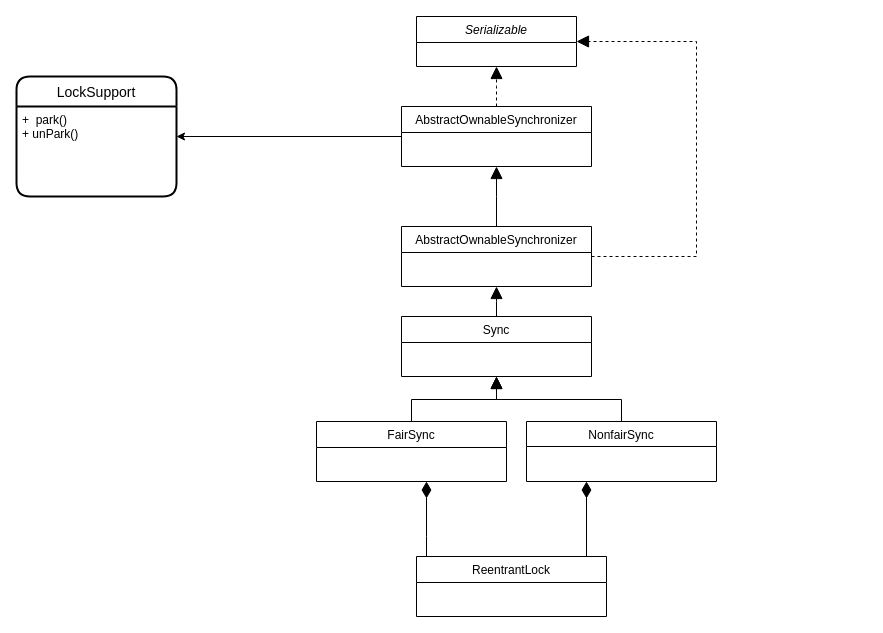
The draw.io diagram 工作项目/reentrantLock.drawio in springcloud-boot/draw.io, before the edit. Source tidied: cells renumbered, new cells numbered last; positions are measured from the earlier drawing's top-left corner, leaving out a move shared by most shapes. Both pictures are drawn from the tidied source at 100%, with x=0, y=0 at pixel (16, 16).
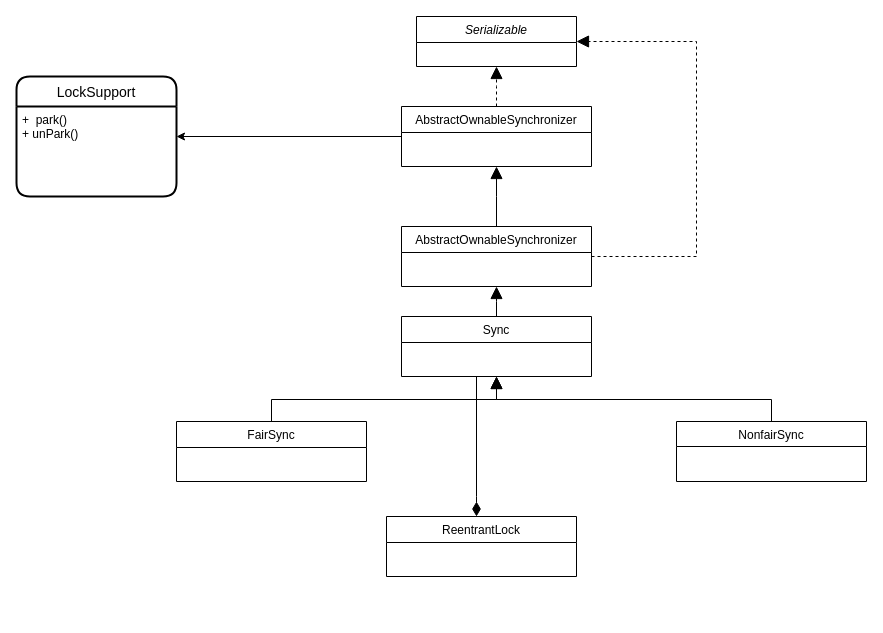
The same diagram, later.

Unchanged cells that the change refers to:
```xml
<mxCell id="9" value="Sync" style="swimlane;fontStyle=0;align=center;verticalAlign=top;horizontal=1;startSize=26;rounded=0;shadow=0;strokeWidth=1;" parent="1" vertex="1">
  <mxGeometry x="385" y="300" width="190" height="60" as="geometry" />
</mxCell>
```

What changed in the source:
```diff
@@
+    <mxCell id="20" style="edgeStyle=orthogonalEdgeStyle;rounded=0;jettySize=auto;html=1;endArrow=diamondThin;endFill=1;startSize=10;endSize=12;strokeWidth=1;" parent="1" edge="1" source="9" target="17">
+      <mxGeometry relative="1" as="geometry">
+        <Array as="points">
+          <mxPoint x="460" y="480" />
+          <mxPoint x="460" y="480" />
+        </Array>
+      </mxGeometry>
+    </mxCell>
@@
     <mxCell id="11" value="FairSync" style="swimlane;fontStyle=0;align=center;verticalAlign=top;horizontal=1;startSize=26;rounded=0;shadow=0;strokeWidth=1;" parent="1" vertex="1">
-      <mxGeometry x="300" y="405" width="190" height="60" as="geometry" />
+      <mxGeometry x="160" y="405" width="190" height="60" as="geometry" />
     </mxCell>
     <mxCell id="12" value="NonfairSync" style="swimlane;fontStyle=0;align=center;verticalAlign=top;horizontal=1;startSize=25;rounded=0;shadow=0;strokeWidth=1;" parent="1" vertex="1">
-      <mxGeometry x="510" y="405" width="190" height="60" as="geometry" />
+      <mxGeometry x="660" y="405" width="190" height="60" as="geometry" />
     </mxCell>
@@
-    <mxCell id="15" style="edgeStyle=orthogonalEdgeStyle;rounded=0;jettySize=auto;html=1;endArrow=diamondThin;endFill=1;endSize=14;" parent="1" edge="1" source="17" target="11">
-      <mxGeometry relative="1" as="geometry">
-        <Array as="points">
-          <mxPoint x="410" y="520" />
-          <mxPoint x="410" y="520" />
-        </Array>
-      </mxGeometry>
-    </mxCell>
-    <mxCell id="16" style="edgeStyle=orthogonalEdgeStyle;rounded=0;jettySize=auto;html=1;endArrow=diamondThin;endFill=1;strokeWidth=1;endSize=14;" parent="1" edge="1" source="17" target="12">
-      <mxGeometry relative="1" as="geometry">
-        <Array as="points">
-          <mxPoint x="570" y="480" />
-          <mxPoint x="570" y="480" />
-        </Array>
-      </mxGeometry>
-    </mxCell>
     <mxCell id="17" value="ReentrantLock" style="swimlane;fontStyle=0;align=center;verticalAlign=top;horizontal=1;startSize=26;rounded=0;shadow=0;strokeWidth=1;" parent="1" vertex="1">
-      <mxGeometry x="400" y="540" width="190" height="60" as="geometry" />
+      <mxGeometry x="370" y="500" width="190" height="60" as="geometry" />
     </mxCell>
```
